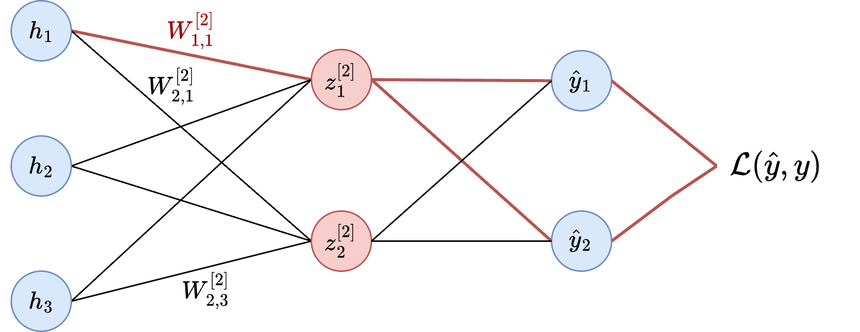
Earlier version of the draw.io export docs/posts/mnist_nn/images/output_layer_highlighted.png (jordancoblin/jordancoblin.github.io). Source tidied: cells renumbered, new cells last; positions are measured from the earlier drawing's top-left corner, leaving out a move shared by most shapes.
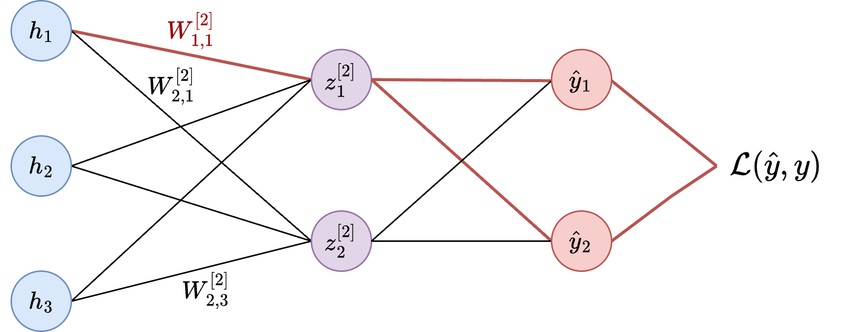
After the commit.

What changed in the source:
```diff
@@ -26,7 +26,7 @@
     <mxCell id="9" value="$$h_1$$" style="text;html=1;align=center;verticalAlign=middle;whiteSpace=wrap;rounded=0;fontStyle=0;fontSize=14;" parent="1" vertex="1">
       <mxGeometry x="5" y="8.8" width="30" height="22.5" as="geometry" />
     </mxCell>
-    <mxCell id="10" style="ellipse;whiteSpace=wrap;html=1;fillColor=#f8cecc;strokeColor=#b85450;" parent="1" vertex="1">
+    <mxCell id="10" style="ellipse;whiteSpace=wrap;html=1;fillColor=#e1d5e7;strokeColor=#9673a6;" parent="1" vertex="1">
       <mxGeometry x="200" y="32.5" width="40" height="40" as="geometry" />
     </mxCell>
     <mxCell id="11" value="$$z^{[2]}_1$$" style="text;html=1;align=center;verticalAlign=middle;whiteSpace=wrap;rounded=0;fontStyle=0;fontSize=14;" parent="1" vertex="1">
@@ -38,7 +38,7 @@
     <mxCell id="13" value="$$h_2$$" style="text;html=1;align=center;verticalAlign=middle;whiteSpace=wrap;rounded=0;fontStyle=0;fontSize=14;" parent="1" vertex="1">
       <mxGeometry x="5" y="100" width="30" height="20" as="geometry" />
     </mxCell>
-    <mxCell id="14" style="ellipse;whiteSpace=wrap;html=1;fillColor=#f8cecc;strokeColor=#b85450;" parent="1" vertex="1">
+    <mxCell id="14" style="ellipse;whiteSpace=wrap;html=1;fillColor=#e1d5e7;strokeColor=#9673a6;" parent="1" vertex="1">
       <mxGeometry x="200" y="140" width="40" height="40" as="geometry" />
     </mxCell>
     <mxCell id="15" value="$$z^{[2]}_2$$" style="text;html=1;align=center;verticalAlign=middle;whiteSpace=wrap;rounded=0;fontStyle=0;fontSize=14;" parent="1" vertex="1">
@@ -50,47 +50,37 @@
     <mxCell id="17" value="$$h_3$$" style="text;html=1;align=center;verticalAlign=middle;whiteSpace=wrap;rounded=0;fontStyle=0;fontSize=14;" parent="1" vertex="1">
       <mxGeometry x="5" y="187.5" width="30" height="25" as="geometry" />
     </mxCell>
-    <mxCell id="18" style="group;" parent="1" vertex="1">
-      <mxGeometry x="360" y="33.2" width="40" height="40" as="geometry" />
-    </mxCell>
-    <mxCell id="19" style="ellipse;whiteSpace=wrap;html=1;fillColor=#dae8fc;strokeColor=#6c8ebf;" parent="18" vertex="1">
-      <mxGeometry width="40" height="40" as="geometry" />
-    </mxCell>
-    <mxCell id="20" value="$$\hat{y}_1$$" style="text;html=1;align=center;verticalAlign=middle;whiteSpace=wrap;rounded=0;fontStyle=0;fontSize=14;" parent="18" vertex="1">
-      <mxGeometry x="5" y="8.8" width="30" height="22.5" as="geometry" />
-    </mxCell>
-    <mxCell id="21" style="group;" parent="1" vertex="1">
-      <mxGeometry x="360" y="140" width="40" height="40" as="geometry" />
-    </mxCell>
-    <mxCell id="22" style="group;" parent="21" vertex="1">
-      <mxGeometry width="40" height="40" as="geometry" />
-    </mxCell>
-    <mxCell id="23" style="ellipse;whiteSpace=wrap;html=1;fillColor=#dae8fc;strokeColor=#6c8ebf;" parent="22" vertex="1">
-      <mxGeometry width="40" height="40" as="geometry" />
-    </mxCell>
-    <mxCell id="24" value="$$\hat{y}_2$$" style="text;html=1;align=center;verticalAlign=middle;whiteSpace=wrap;rounded=0;fontStyle=0;fontSize=14;" parent="21" vertex="1">
-      <mxGeometry x="5" y="8.8" width="30" height="21.2" as="geometry" />
-    </mxCell>
-    <mxCell id="25" style="endArrow=none;html=1;rounded=0;exitX=1;exitY=0.5;exitDx=0;exitDy=0;entryX=0;entryY=0.5;entryDx=0;entryDy=0;fillColor=#f8cecc;strokeColor=#b85450;strokeWidth=2;" parent="1" edge="1" source="10" target="19">
-      <mxGeometry relative="1" as="geometry" />
+    <mxCell id="25" style="endArrow=none;html=1;rounded=0;exitX=1;exitY=0.5;exitDx=0;exitDy=0;entryX=0;entryY=0.5;entryDx=0;entryDy=0;fillColor=#f8cecc;strokeColor=#b85450;strokeWidth=2;" parent="1" edge="1" source="10">
+      <mxGeometry relative="1" as="geometry">
+        <mxPoint x="360" y="53.2" as="targetPoint" />
+      </mxGeometry>
     </mxCell>
-    <mxCell id="26" style="endArrow=none;html=1;rounded=0;exitX=1;exitY=0.5;exitDx=0;exitDy=0;entryX=0;entryY=0.5;entryDx=0;entryDy=0;fillColor=#f8cecc;strokeColor=#b85450;strokeWidth=2;" parent="1" edge="1" source="10" target="23">
-      <mxGeometry relative="1" as="geometry" />
+    <mxCell id="26" style="endArrow=none;html=1;rounded=0;exitX=1;exitY=0.5;exitDx=0;exitDy=0;entryX=0;entryY=0.5;entryDx=0;entryDy=0;fillColor=#f8cecc;strokeColor=#b85450;strokeWidth=2;" parent="1" edge="1" source="10">
+      <mxGeometry relative="1" as="geometry">
+        <mxPoint x="360" y="160" as="targetPoint" />
+      </mxGeometry>
     </mxCell>
-    <mxCell id="27" style="endArrow=none;html=1;rounded=0;exitX=1;exitY=0.5;exitDx=0;exitDy=0;entryX=0;entryY=0.5;entryDx=0;entryDy=0;" parent="1" edge="1" source="14" target="19">
-      <mxGeometry relative="1" as="geometry" />
+    <mxCell id="27" style="endArrow=none;html=1;rounded=0;exitX=1;exitY=0.5;exitDx=0;exitDy=0;entryX=0;entryY=0.5;entryDx=0;entryDy=0;" parent="1" edge="1" source="14">
+      <mxGeometry relative="1" as="geometry">
+        <mxPoint x="360" y="53.2" as="targetPoint" />
+      </mxGeometry>
     </mxCell>
-    <mxCell id="28" style="endArrow=none;html=1;rounded=0;exitX=1;exitY=0.5;exitDx=0;exitDy=0;entryX=0;entryY=0.5;entryDx=0;entryDy=0;" parent="1" edge="1" source="14" target="23">
-      <mxGeometry relative="1" as="geometry" />
+    <mxCell id="28" style="endArrow=none;html=1;rounded=0;exitX=1;exitY=0.5;exitDx=0;exitDy=0;entryX=0;entryY=0.5;entryDx=0;entryDy=0;" parent="1" edge="1" source="14">
+      <mxGeometry relative="1" as="geometry">
+        <mxPoint x="360" y="160" as="targetPoint" />
+      </mxGeometry>
     </mxCell>
     <mxCell id="29" value="$$\mathcal{L}(\hat{y}, y)$$" style="text;html=1;align=center;verticalAlign=middle;whiteSpace=wrap;rounded=0;fontSize=18;" parent="1" vertex="1">
       <mxGeometry x="470" y="82.5" width="80" height="55" as="geometry" />
     </mxCell>
-    <mxCell id="30" style="endArrow=none;html=1;rounded=0;exitX=1;exitY=0.5;exitDx=0;exitDy=0;entryX=0;entryY=0.5;entryDx=0;entryDy=0;fillColor=#f8cecc;strokeColor=#b85450;strokeWidth=2;" parent="1" edge="1" source="19" target="29">
-      <mxGeometry relative="1" as="geometry" />
+    <mxCell id="30" style="endArrow=none;html=1;rounded=0;exitX=1;exitY=0.5;exitDx=0;exitDy=0;entryX=0;entryY=0.5;entryDx=0;entryDy=0;fillColor=#f8cecc;strokeColor=#b85450;strokeWidth=2;" parent="1" edge="1" target="29">
+      <mxGeometry relative="1" as="geometry">
+        <mxPoint x="400" y="53.2" as="sourcePoint" />
+      </mxGeometry>
     </mxCell>
-    <mxCell id="31" style="endArrow=none;html=1;rounded=0;exitX=1;exitY=0.5;exitDx=0;exitDy=0;entryX=0;entryY=0.5;entryDx=0;entryDy=0;strokeWidth=2;fillColor=#f8cecc;strokeColor=#b85450;" parent="1" edge="1" source="23" target="29">
+    <mxCell id="31" style="endArrow=none;html=1;rounded=0;exitX=1;exitY=0.5;exitDx=0;exitDy=0;entryX=0;entryY=0.5;entryDx=0;entryDy=0;strokeWidth=2;fillColor=#f8cecc;strokeColor=#b85450;" parent="1" edge="1" target="29">
       <mxGeometry relative="1" as="geometry">
+        <mxPoint x="400" y="160" as="sourcePoint" />
         <Array as="points">
           <mxPoint x="440" y="130" />
         </Array>
@@ -105,5 +95,17 @@
     <mxCell id="34" value="$$W^{[2]}_{2,3}$$" style="text;html=1;align=center;verticalAlign=middle;whiteSpace=wrap;rounded=0;fontSize=14;" parent="1" vertex="1">
       <mxGeometry x="100" y="178" width="60" height="30" as="geometry" />
     </mxCell>
+    <mxCell id="35" style="ellipse;whiteSpace=wrap;html=1;fillColor=#f8cecc;strokeColor=#b85450;" parent="1" vertex="1">
+      <mxGeometry x="360" y="32.5" width="40" height="40" as="geometry" />
+    </mxCell>
+    <mxCell id="20" value="$$\hat{y}_1$$" style="text;html=1;align=center;verticalAlign=middle;whiteSpace=wrap;rounded=0;fontStyle=0;fontSize=14;" parent="1" vertex="1">
+      <mxGeometry x="365" y="43.8" width="30" height="17.5" as="geometry" />
+    </mxCell>
+    <mxCell id="36" style="ellipse;whiteSpace=wrap;html=1;fillColor=#f8cecc;strokeColor=#b85450;" parent="1" vertex="1">
+      <mxGeometry x="360" y="140" width="40" height="40" as="geometry" />
+    </mxCell>
+    <mxCell id="24" value="$$\hat{y}_2$$" style="text;html=1;align=center;verticalAlign=middle;whiteSpace=wrap;rounded=0;fontStyle=0;fontSize=14;" parent="1" vertex="1">
+      <mxGeometry x="365" y="151.2" width="30" height="17.5" as="geometry" />
+    </mxCell>
   </root>
 </mxGraphModel>
```
